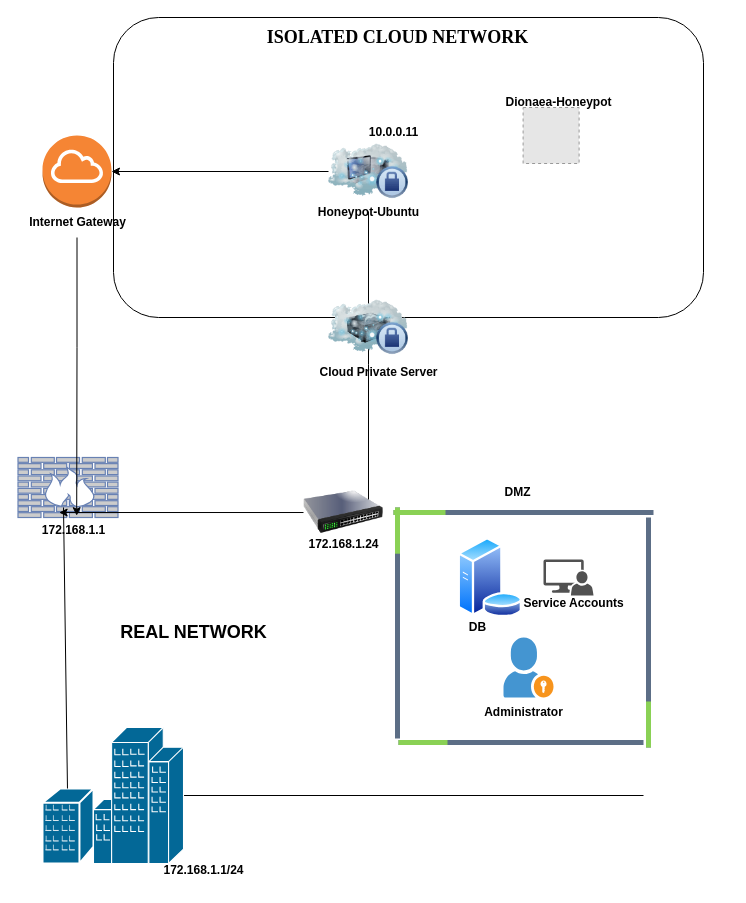
This is Untitled Diagram.drawio from qu4ntum-luffy/TCM-Security-Learnings, a draw.io file, before an edit. Source tidied: cells renumbered, new cells numbered last; positions are measured from the earlier drawing's top-left corner, leaving out a move shared by most shapes. Both pictures are drawn from the tidied source at 100%, with x=0, y=0 at pixel (17, 17). Pictures stored in the file or linked from it are replaced by grey dashed boxes.
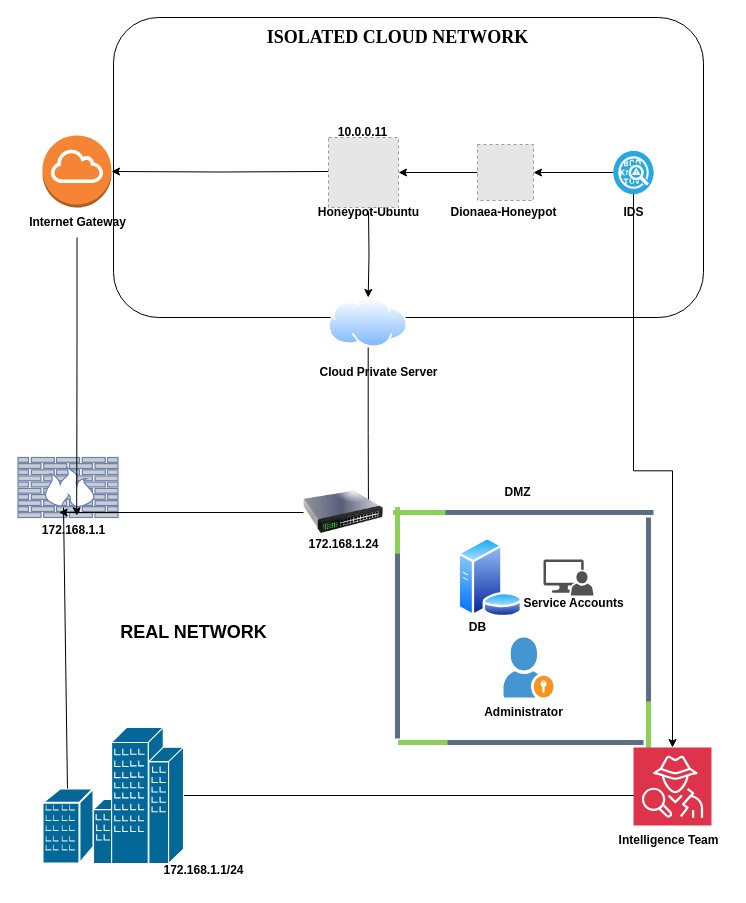
Above is the later version.

Unchanged cells that the change refers to:
```xml
<mxCell id="12" style="outlineConnect=0;dashed=0;verticalLabelPosition=bottom;verticalAlign=top;align=center;html=1;shape=mxgraph.aws3.internet_gateway;fillColor=#F58534;gradientColor=none;" parent="1" vertex="1">
  <mxGeometry x="25" y="118" width="69" height="72" as="geometry" />
</mxCell>
```

The edit, as a diff of the source:
```diff
@@
-<mxGraphModel>
+<mxGraphModel background="#ffffff">
@@
-    <mxCell id="8" style="edgeStyle=orthogonalEdgeStyle;rounded=0;jettySize=auto;html=1;" parent="1" edge="1" source="10" target="12">
-      <mxGeometry relative="1" as="geometry" />
+    <mxCell id="8" style="edgeStyle=orthogonalEdgeStyle;rounded=0;jettySize=auto;html=1;" parent="1" edge="1" target="12">
+      <mxGeometry relative="1" as="geometry">
+        <mxPoint x="311" y="154" as="sourcePoint" />
+      </mxGeometry>
     </mxCell>
-    <mxCell id="9" style="edgeStyle=orthogonalEdgeStyle;rounded=0;jettySize=auto;html=1;" parent="1" edge="1" source="10">
+    <mxCell id="9" style="edgeStyle=orthogonalEdgeStyle;rounded=0;jettySize=auto;html=1;" parent="1" edge="1" source="40">
       <mxGeometry relative="1" as="geometry">
         <mxPoint x="351" y="500" as="targetPoint" />
       </mxGeometry>
     </mxCell>
-    <mxCell id="10" style="image;html=1;image=img/lib/clip_art/networking/Cloud_Computer_Private_128x128.png;" parent="1" vertex="1">
-      <mxGeometry x="311" y="114" width="80" height="80" as="geometry" />
-    </mxCell>
@@
     <mxCell id="27" value="&lt;b&gt;10.0.0.11&lt;/b&gt;" style="text;html=1;align=center;verticalAlign=middle;strokeColor=none;fillColor=none;" parent="1" vertex="1">
-      <mxGeometry x="341" y="100" width="70" height="30" as="geometry" />
+      <mxGeometry x="310" y="100" width="70" height="30" as="geometry" />
     </mxCell>
@@
-    <mxCell id="31" style="image;html=1;image=img/lib/clip_art/networking/Cloud_Server_Private_128x128.png;" parent="1" vertex="1">
-      <mxGeometry x="311" y="270" width="80" height="80" as="geometry" />
-    </mxCell>
@@
     <mxCell id="33" value="&lt;b&gt;Dionaea-Honeypot&lt;/b&gt;" style="text;html=1;align=center;verticalAlign=middle;strokeColor=none;fillColor=none;" parent="1" vertex="1">
-      <mxGeometry x="476" y="70" width="130" height="30" as="geometry" />
+      <mxGeometry x="421" y="180" width="130" height="30" as="geometry" />
     </mxCell>
+    <mxCell id="38" style="edgeStyle=orthogonalEdgeStyle;rounded=0;jettySize=auto;html=1;" parent="1" edge="1" source="34" target="41">
+      <mxGeometry relative="1" as="geometry" />
+    </mxCell>
     <mxCell id="34" style="fillColor=#E6E6E6;strokeColor=#999999;dashed=1;html=1;verticalAlign=top;verticalLabelPosition=bottom;labelBackgroundColor=#ffffff;" parent="1" vertex="1">
-      <mxGeometry x="505.6" y="90" width="56" height="56" as="geometry" />
+      <mxGeometry x="460" y="127" width="56" height="56" as="geometry" />
     </mxCell>
@@
+    <mxCell id="39" style="edgeStyle=orthogonalEdgeStyle;rounded=0;jettySize=auto;html=1;" parent="1" edge="1" target="40">
+      <mxGeometry relative="1" as="geometry">
+        <mxPoint x="351" y="194" as="sourcePoint" />
+      </mxGeometry>
+    </mxCell>
+    <mxCell id="40" style="image;perimeter=ellipsePerimeter;html=1;align=center;shadow=0;dashed=0;spacingTop=3;image=img/lib/active_directory/internet_cloud.svg;" parent="1" vertex="1">
+      <mxGeometry x="311" y="280" width="79.4" height="50" as="geometry" />
+    </mxCell>
+    <mxCell id="41" style="fillColor=#E6E6E6;strokeColor=#999999;dashed=1;html=1;verticalAlign=top;verticalLabelPosition=bottom;labelBackgroundColor=#ffffff;" parent="1" vertex="1">
+      <mxGeometry x="311" y="120" width="70" height="70" as="geometry" />
+    </mxCell>
+    <mxCell id="42" style="edgeStyle=orthogonalEdgeStyle;rounded=0;jettySize=auto;html=1;" parent="1" edge="1" source="44" target="34">
+      <mxGeometry relative="1" as="geometry" />
+    </mxCell>
+    <mxCell id="43" style="edgeStyle=orthogonalEdgeStyle;rounded=0;jettySize=auto;html=1;" parent="1" edge="1" source="44" target="46">
+      <mxGeometry relative="1" as="geometry" />
+    </mxCell>
+    <mxCell id="44" style="fillColor=#28A8E0;verticalLabelPosition=bottom;sketch=0;html=1;strokeColor=#ffffff;verticalAlign=top;align=center;points=[[0.145,0.145,0],[0.5,0,0],[0.855,0.145,0],[1,0.5,0],[0.855,0.855,0],[0.5,1,0],[0.145,0.855,0],[0,0.5,0]];shape=mxgraph.cisco_safe.compositeIcon;bgIcon=ellipse;resIcon=mxgraph.cisco_safe.capability.anomaly_detection;" parent="1" vertex="1">
+      <mxGeometry x="596" y="133.5" width="40" height="43" as="geometry" />
+    </mxCell>
+    <mxCell id="45" value="&lt;b&gt;IDS&lt;/b&gt;" style="text;html=1;align=center;verticalAlign=middle;strokeColor=none;fillColor=none;" parent="1" vertex="1">
+      <mxGeometry x="596" y="180" width="40" height="30" as="geometry" />
+    </mxCell>
+    <mxCell id="46" style="sketch=0;points=[[0,0,0],[0.25,0,0],[0.5,0,0],[0.75,0,0],[1,0,0],[0,1,0],[0.25,1,0],[0.5,1,0],[0.75,1,0],[1,1,0],[0,0.25,0],[0,0.5,0],[0,0.75,0],[1,0.25,0],[1,0.5,0],[1,0.75,0]];outlineConnect=0;fontColor=#232F3E;fillColor=#DD344C;strokeColor=#ffffff;dashed=0;verticalLabelPosition=bottom;verticalAlign=top;align=center;html=1;fontSize=12;fontStyle=0;shape=mxgraph.aws4.resourceIcon;resIcon=mxgraph.aws4.detective;" parent="1" vertex="1">
+      <mxGeometry x="616" y="730" width="78" height="78" as="geometry" />
+    </mxCell>
+    <mxCell id="47" value="&lt;b&gt;Intelligence Team&lt;/b&gt;" style="text;html=1;align=center;verticalAlign=middle;strokeColor=none;fillColor=none;" parent="1" vertex="1">
+      <mxGeometry x="591" y="808" width="120" height="30" as="geometry" />
+    </mxCell>
```
